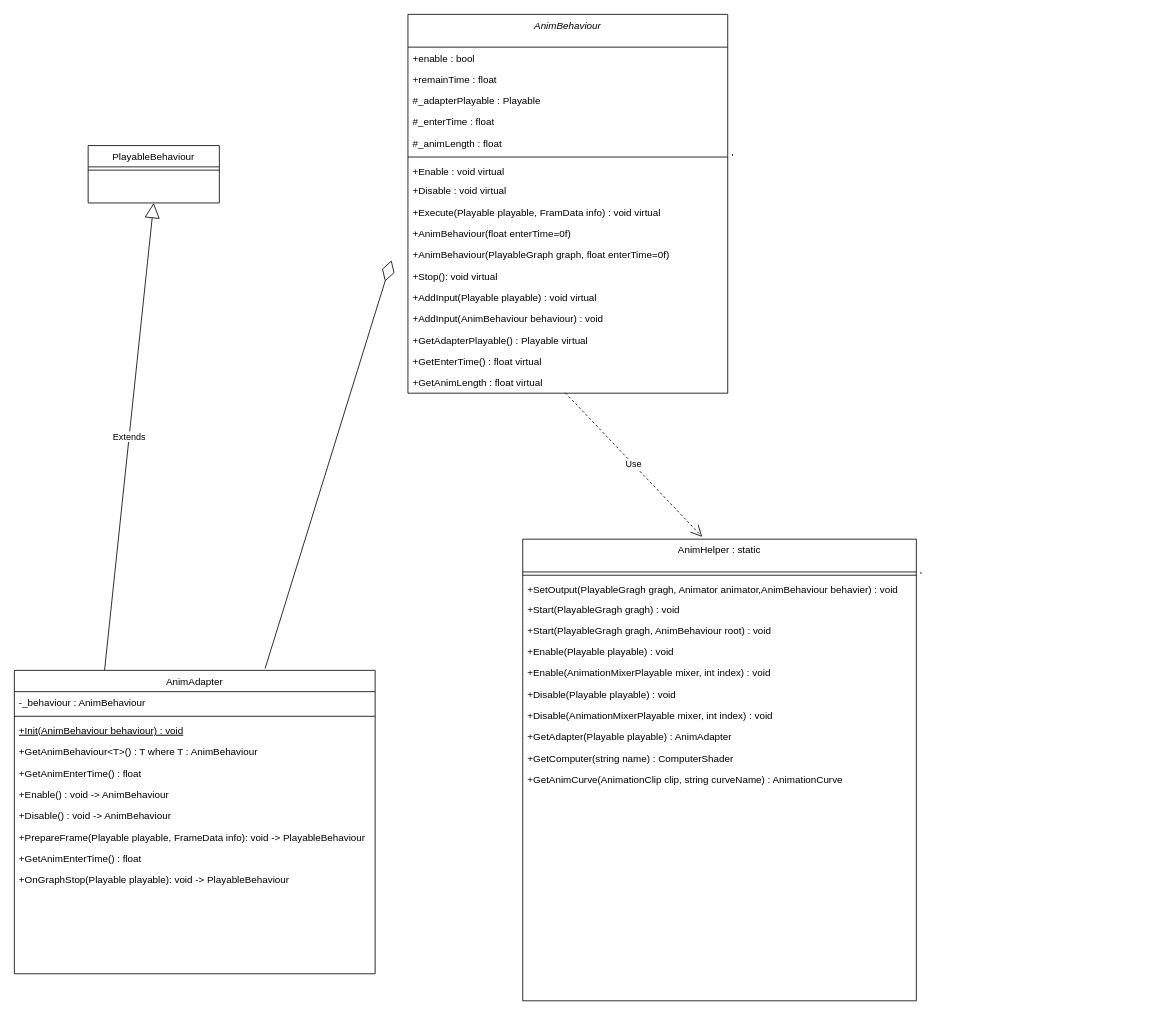
Before: animation.drawio in QAQSly/QAQSly, a draw.io diagram. Source tidied: cells renumbered, new cells numbered last; positions are measured from the earlier drawing's top-left corner, leaving out a move shared by most shapes. Both pictures are drawn from the tidied source at 82%, with x=0, y=0 at pixel (14, 14).
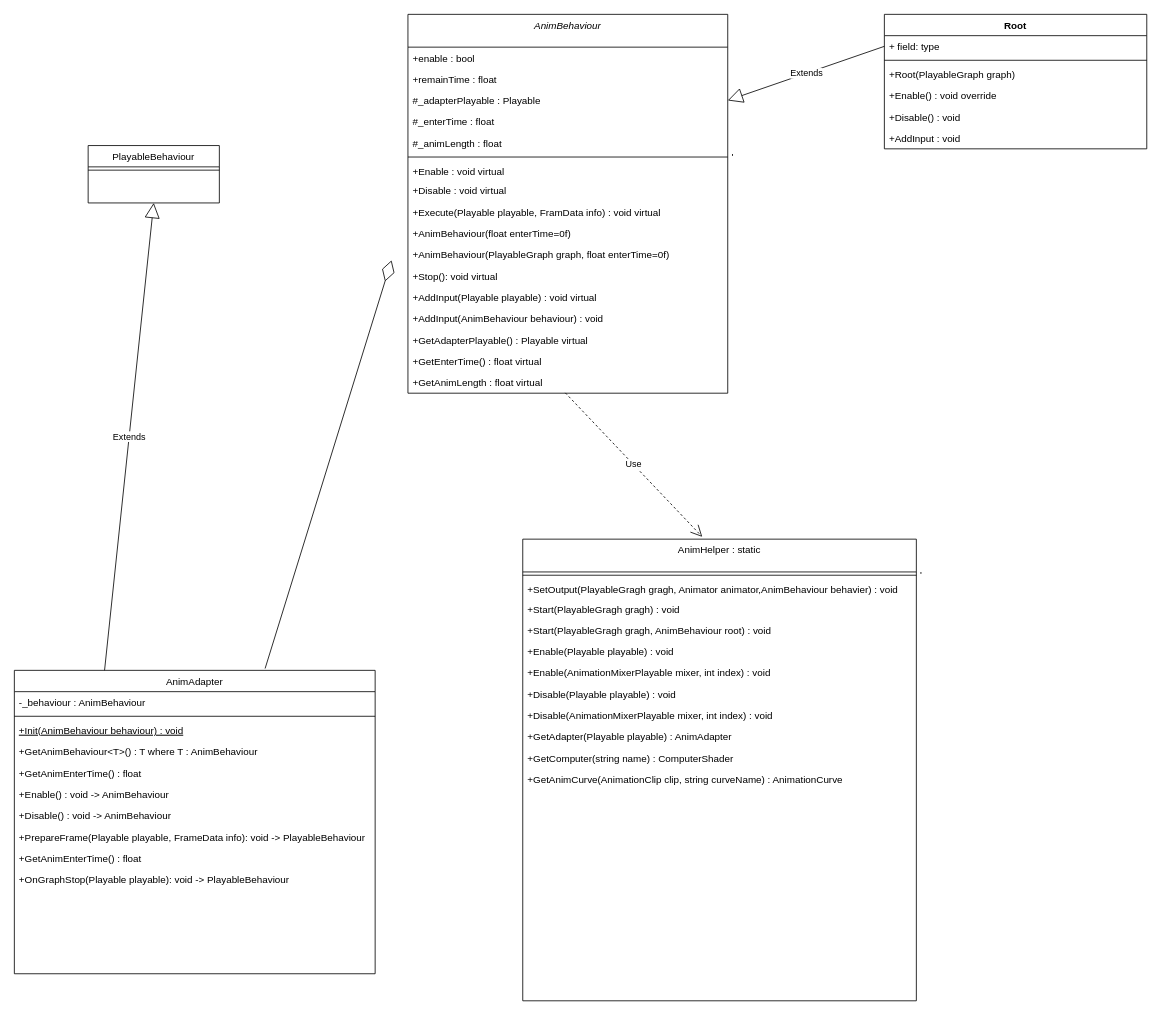
The same diagram, later.

The change refers to these unchanged cells:
```xml
<mxCell id="5" value="#_adapterPlayable : Playable" style="text;align=left;verticalAlign=top;spacingLeft=4;spacingRight=4;overflow=hidden;points=[[0,0.5],[1,0.5]];portConstraint=eastwest;" parent="2" vertex="1">
  <mxGeometry y="92" width="390" height="26" as="geometry" />
</mxCell>
```

Diff of the diagram source:
```diff
@@
+    <mxCell id="48" value="Root" style="swimlane;fontStyle=1;align=center;verticalAlign=top;horizontal=1;startSize=26;whiteSpace=wrap;html=1;" parent="1" vertex="1">
+      <mxGeometry x="1061" width="320" height="164" as="geometry" />
+    </mxCell>
+    <mxCell id="49" value="+ field: type" style="text;strokeColor=none;fillColor=none;align=left;verticalAlign=top;spacingLeft=4;spacingRight=4;overflow=hidden;points=[[0,0.5],[1,0.5]];portConstraint=eastwest;whiteSpace=wrap;html=1;" parent="48" vertex="1">
+      <mxGeometry y="26" width="320" height="26" as="geometry" />
+    </mxCell>
+    <mxCell id="50" style="line;strokeWidth=1;fillColor=none;align=left;verticalAlign=middle;spacingTop=-1;spacingLeft=3;spacingRight=3;labelPosition=right;strokeColor=inherit;" parent="48" vertex="1">
+      <mxGeometry y="52" width="320" height="8" as="geometry" />
+    </mxCell>
+    <mxCell id="51" value="+Root(PlayableGraph graph)" style="text;strokeColor=none;fillColor=none;align=left;verticalAlign=top;spacingLeft=4;spacingRight=4;overflow=hidden;whiteSpace=wrap;html=1;" parent="48" vertex="1">
+      <mxGeometry y="60" width="320" height="26" as="geometry" />
+    </mxCell>
+    <mxCell id="52" value="+Enable() : void override" style="text;strokeColor=none;fillColor=none;align=left;verticalAlign=top;spacingLeft=4;spacingRight=4;overflow=hidden;whiteSpace=wrap;html=1;" parent="48" vertex="1">
+      <mxGeometry y="86" width="320" height="26" as="geometry" />
+    </mxCell>
+    <mxCell id="53" value="+Disable() : void" style="text;strokeColor=none;fillColor=none;align=left;verticalAlign=top;spacingLeft=4;spacingRight=4;overflow=hidden;whiteSpace=wrap;html=1;" parent="48" vertex="1">
+      <mxGeometry y="112" width="320" height="26" as="geometry" />
+    </mxCell>
+    <mxCell id="54" value="+AddInput : void" style="text;strokeColor=none;fillColor=none;align=left;verticalAlign=top;spacingLeft=4;spacingRight=4;overflow=hidden;whiteSpace=wrap;html=1;" parent="48" vertex="1">
+      <mxGeometry y="138" width="320" height="26" as="geometry" />
+    </mxCell>
+    <mxCell id="55" value="Extends" style="endArrow=block;endSize=16;endFill=0;html=1;rounded=0;entryX=1;entryY=0.5;entryDx=0;entryDy=0;exitX=0;exitY=0.5;exitDx=0;exitDy=0;" parent="1" edge="1" source="49" target="5">
+      <mxGeometry relative="1" as="geometry" />
+    </mxCell>
```
